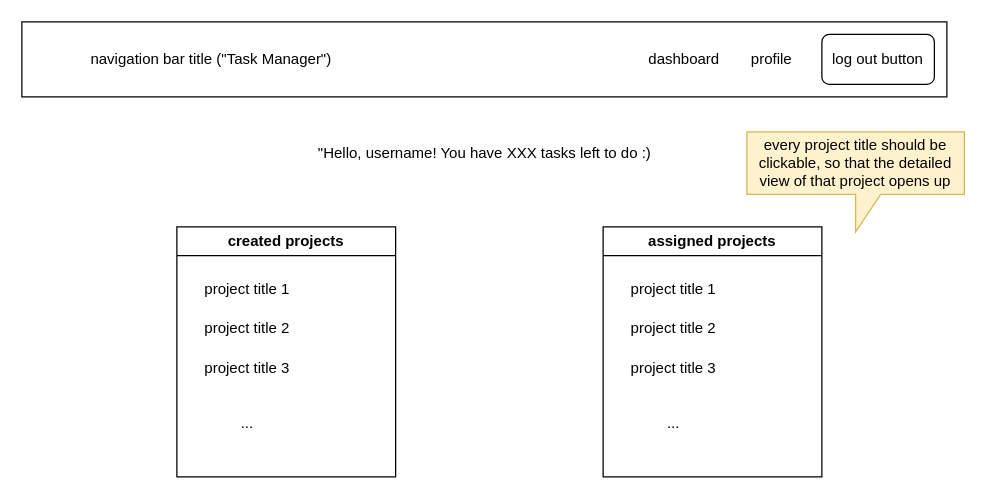
Above: frontend/profile.drawio in nve03g/task_manager_webdev (draw.io), before the change. Source tidied: cells renumbered, new cells numbered last; positions are measured from the earlier drawing's top-left corner, leaving out a move shared by most shapes. Both pictures are drawn from the tidied source at 125%, with x=0, y=0 at pixel (21, 21).
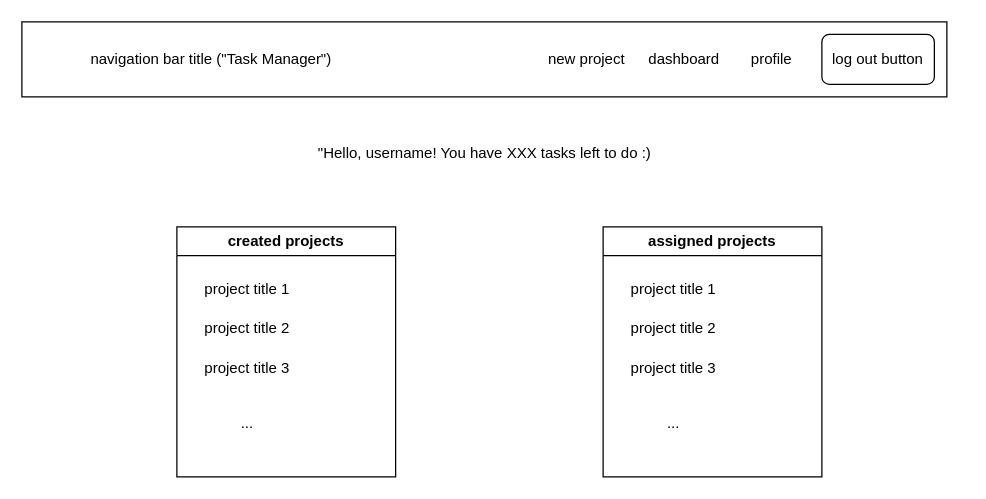
After the change.

The edit, as a diff of the source:
```diff
@@
 <mxGraphModel>
   <root>
     <mxCell id="0" />
     <mxCell id="1" parent="0" />
     <mxCell id="2" value="&lt;span style=&quot;white-space: pre;&quot;&gt;&#9;&lt;/span&gt;&lt;span style=&quot;white-space: pre;&quot;&gt;&#9;&lt;/span&gt;navigation bar title (&quot;Task Manager&quot;)" style="rounded=0;whiteSpace=wrap;html=1;align=left;" parent="1" vertex="1">
       <mxGeometry width="740" height="60" as="geometry" />
     </mxCell>
     <mxCell id="3" value="log out button" style="rounded=1;whiteSpace=wrap;html=1;" parent="1" vertex="1">
       <mxGeometry x="640" y="10" width="90" height="40" as="geometry" />
     </mxCell>
     <mxCell id="4" value="profile" style="text;html=1;align=center;verticalAlign=middle;whiteSpace=wrap;rounded=0;" parent="1" vertex="1">
       <mxGeometry x="570" y="15" width="60" height="30" as="geometry" />
     </mxCell>
     <mxCell id="5" value="dashboard" style="text;html=1;align=center;verticalAlign=middle;whiteSpace=wrap;rounded=0;" parent="1" vertex="1">
       <mxGeometry x="500" y="15" width="60" height="30" as="geometry" />
     </mxCell>
     <mxCell id="6" value="created projects" style="swimlane;whiteSpace=wrap;html=1;" parent="1" vertex="1">
       <mxGeometry x="124" y="164" width="175" height="200" as="geometry" />
     </mxCell>
     <mxCell id="7" value="project title 1" style="text;html=1;align=center;verticalAlign=middle;strokeColor=none;fillColor=none;" parent="6" vertex="1">
       <mxGeometry x="13" y="37" width="86" height="26" as="geometry" />
     </mxCell>
     <mxCell id="8" value="project title 2" style="text;html=1;align=center;verticalAlign=middle;strokeColor=none;fillColor=none;" parent="6" vertex="1">
       <mxGeometry x="13" y="68" width="86" height="26" as="geometry" />
     </mxCell>
     <mxCell id="9" value="project title 3" style="text;html=1;align=center;verticalAlign=middle;strokeColor=none;fillColor=none;" parent="6" vertex="1">
       <mxGeometry x="13" y="100" width="86" height="26" as="geometry" />
     </mxCell>
     <mxCell id="10" value="..." style="text;html=1;align=center;verticalAlign=middle;strokeColor=none;fillColor=none;" parent="6" vertex="1">
       <mxGeometry x="42" y="144" width="28" height="26" as="geometry" />
     </mxCell>
     <mxCell id="11" value="assigned projects" style="swimlane;whiteSpace=wrap;html=1;" parent="1" vertex="1">
       <mxGeometry x="465" y="164" width="175" height="200" as="geometry" />
     </mxCell>
     <mxCell id="12" value="project title 1" style="text;html=1;align=center;verticalAlign=middle;strokeColor=none;fillColor=none;" parent="11" vertex="1">
       <mxGeometry x="13" y="37" width="86" height="26" as="geometry" />
     </mxCell>
     <mxCell id="13" value="project title 2" style="text;html=1;align=center;verticalAlign=middle;strokeColor=none;fillColor=none;" parent="11" vertex="1">
       <mxGeometry x="13" y="68" width="86" height="26" as="geometry" />
     </mxCell>
     <mxCell id="14" value="project title 3" style="text;html=1;align=center;verticalAlign=middle;strokeColor=none;fillColor=none;" parent="11" vertex="1">
       <mxGeometry x="13" y="100" width="86" height="26" as="geometry" />
     </mxCell>
     <mxCell id="15" value="..." style="text;html=1;align=center;verticalAlign=middle;strokeColor=none;fillColor=none;" parent="11" vertex="1">
       <mxGeometry x="42" y="144" width="28" height="26" as="geometry" />
     </mxCell>
     <mxCell id="16" value="&quot;Hello, username! You have XXX tasks left to do :)" style="text;html=1;align=center;verticalAlign=middle;whiteSpace=wrap;rounded=0;" parent="1" vertex="1">
       <mxGeometry x="208.5" y="90" width="323" height="30" as="geometry" />
     </mxCell>
-    <mxCell id="17" value="every project title should be clickable, so that the detailed view of that project opens up" style="shape=callout;whiteSpace=wrap;html=1;perimeter=calloutPerimeter;fillColor=#fff2cc;strokeColor=#d6b656;" parent="1" vertex="1">
-      <mxGeometry x="580" y="88" width="174" height="80" as="geometry" />
-    </mxCell>
+    <mxCell id="18" value="new project" style="text;html=1;align=center;verticalAlign=middle;whiteSpace=wrap;rounded=0;" parent="1" vertex="1">
+      <mxGeometry x="414" y="15" width="76" height="30" as="geometry" />
+    </mxCell>
   </root>
 </mxGraphModel>
```
